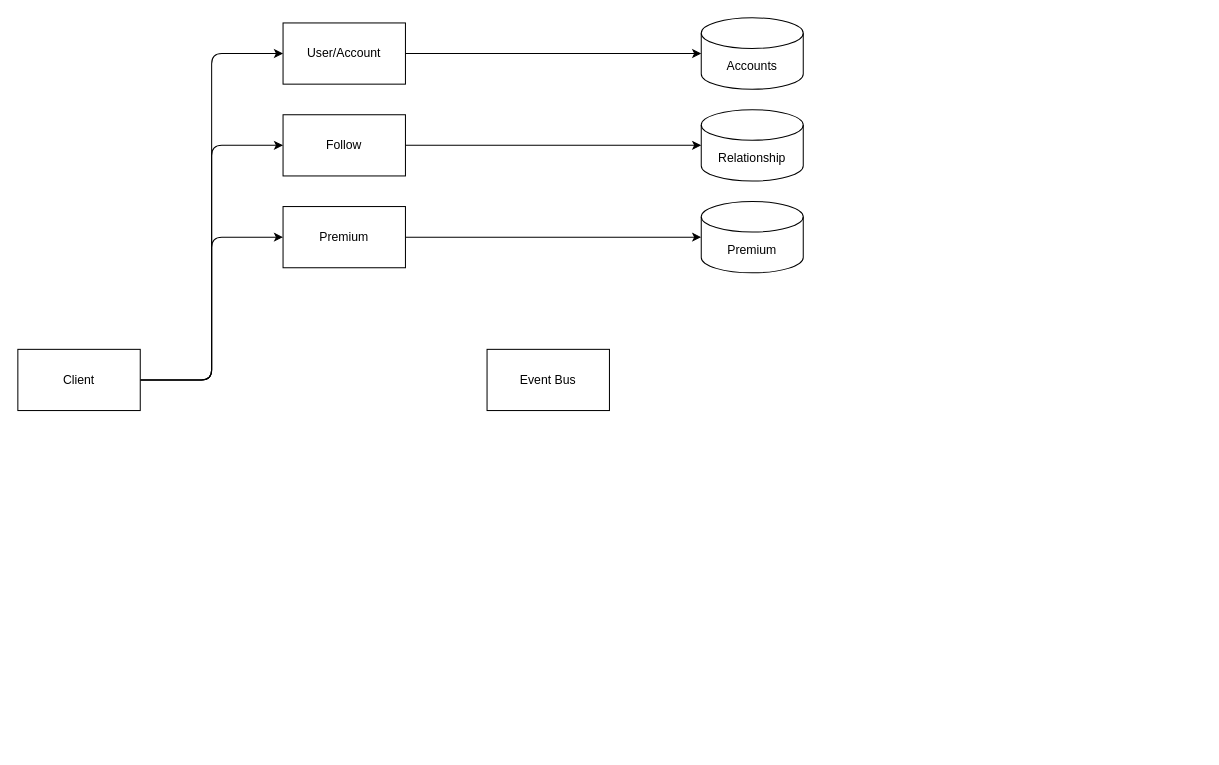
The draw.io diagram services.drawio in thevuong8000/497S, before the edit. Source tidied: cells renumbered, new cells numbered last; positions are measured from the earlier drawing's top-left corner, leaving out a move shared by most shapes. Both pictures are drawn from the tidied source at 102%, with x=0, y=0 at pixel (17, 17).
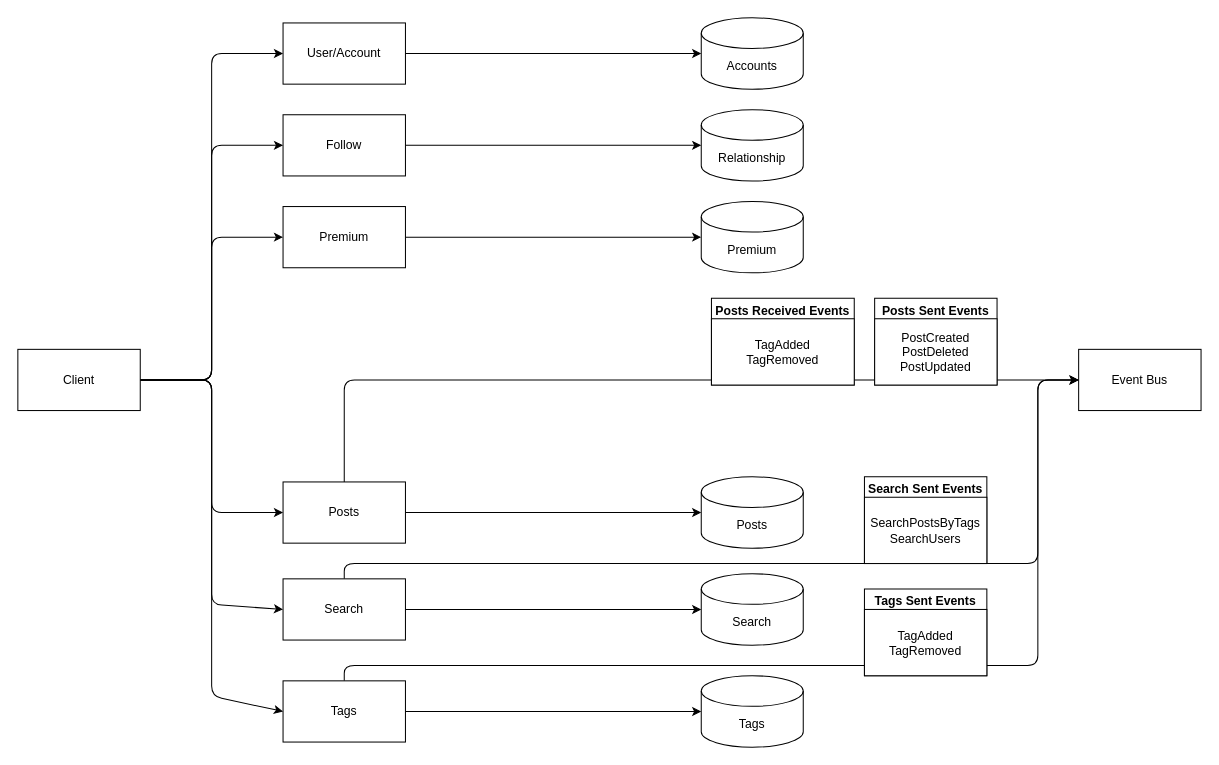
Above is the later version.

Commit message:
added charts for my services

Unchanged cells that the change refers to:
```xml
<mxCell id="5" value="Client" style="rounded=0;whiteSpace=wrap;html=1;" parent="1" vertex="1">
  <mxGeometry y="325" width="120" height="60" as="geometry" />
</mxCell>
```

Diff of the diagram source:
```diff
@@
+    <mxCell id="16" style="edgeStyle=none;html=1;exitX=1;exitY=0.5;exitDx=0;exitDy=0;entryX=0;entryY=0.5;entryDx=0;entryDy=0;" parent="1" edge="1" source="5" target="23">
+      <mxGeometry relative="1" as="geometry">
+        <Array as="points">
+          <mxPoint x="190" y="355" />
+          <mxPoint x="190" y="575" />
+        </Array>
+      </mxGeometry>
+    </mxCell>
+    <mxCell id="17" style="edgeStyle=none;html=1;exitX=1;exitY=0.5;exitDx=0;exitDy=0;entryX=0;entryY=0.5;entryDx=0;entryDy=0;" parent="1" edge="1" source="5" target="20">
+      <mxGeometry relative="1" as="geometry">
+        <Array as="points">
+          <mxPoint x="190" y="355" />
+          <mxPoint x="190" y="665" />
+        </Array>
+      </mxGeometry>
+    </mxCell>
@@
     <mxCell id="12" value="Event Bus" style="rounded=0;whiteSpace=wrap;html=1;" parent="1" vertex="1">
-      <mxGeometry x="460" y="325" width="120" height="60" as="geometry" />
+      <mxGeometry x="1040" y="325" width="120" height="60" as="geometry" />
     </mxCell>
@@
+    <mxCell id="18" style="edgeStyle=none;html=1;exitX=1;exitY=0.5;exitDx=0;exitDy=0;entryX=0;entryY=0.5;entryDx=0;entryDy=0;entryPerimeter=0;" parent="1" edge="1" source="20" target="29">
+      <mxGeometry relative="1" as="geometry" />
+    </mxCell>
+    <mxCell id="19" style="edgeStyle=none;html=1;exitX=0.5;exitY=0;exitDx=0;exitDy=0;entryX=0;entryY=0.5;entryDx=0;entryDy=0;" parent="1" edge="1" source="20" target="12">
+      <mxGeometry relative="1" as="geometry">
+        <Array as="points">
+          <mxPoint x="320" y="635" />
+          <mxPoint x="1000" y="635" />
+          <mxPoint x="1000" y="355" />
+        </Array>
+      </mxGeometry>
+    </mxCell>
+    <mxCell id="20" value="Tags" style="rounded=0;whiteSpace=wrap;html=1;" parent="1" vertex="1">
+      <mxGeometry x="260" y="650" width="120" height="60" as="geometry" />
+    </mxCell>
+    <mxCell id="21" style="edgeStyle=none;html=1;exitX=1;exitY=0.5;exitDx=0;exitDy=0;" parent="1" edge="1" source="23" target="30">
+      <mxGeometry relative="1" as="geometry" />
+    </mxCell>
+    <mxCell id="22" style="edgeStyle=none;html=1;exitX=0.5;exitY=0;exitDx=0;exitDy=0;entryX=0;entryY=0.5;entryDx=0;entryDy=0;" parent="1" edge="1" source="23" target="12">
+      <mxGeometry relative="1" as="geometry">
+        <Array as="points">
+          <mxPoint x="320" y="535" />
+          <mxPoint x="1000" y="535" />
+          <mxPoint x="1000" y="355" />
+        </Array>
+      </mxGeometry>
+    </mxCell>
+    <mxCell id="23" value="Search" style="rounded=0;whiteSpace=wrap;html=1;" parent="1" vertex="1">
+      <mxGeometry x="260" y="550" width="120" height="60" as="geometry" />
+    </mxCell>
+    <mxCell id="24" style="edgeStyle=none;html=1;exitX=1;exitY=0.5;exitDx=0;exitDy=0;entryX=0;entryY=0.5;entryDx=0;entryDy=0;entryPerimeter=0;" parent="1" edge="1" source="26" target="28">
+      <mxGeometry relative="1" as="geometry" />
+    </mxCell>
+    <mxCell id="25" style="edgeStyle=none;html=1;exitX=0.5;exitY=0;exitDx=0;exitDy=0;entryX=0;entryY=0.5;entryDx=0;entryDy=0;" parent="1" edge="1" source="26" target="12">
+      <mxGeometry relative="1" as="geometry">
+        <Array as="points">
+          <mxPoint x="320" y="355" />
+        </Array>
+      </mxGeometry>
+    </mxCell>
+    <mxCell id="26" value="Posts" style="rounded=0;whiteSpace=wrap;html=1;" parent="1" vertex="1">
+      <mxGeometry x="260" y="455" width="120" height="60" as="geometry" />
+    </mxCell>
+    <mxCell id="27" style="endArrow=classic;html=1;entryX=0;entryY=0.5;entryDx=0;entryDy=0;exitX=1;exitY=0.5;exitDx=0;exitDy=0;" parent="1" edge="1" source="5" target="26">
+      <mxGeometry relative="1" as="geometry">
+        <Array as="points">
+          <mxPoint x="190" y="355" />
+          <mxPoint x="190" y="485" />
+        </Array>
+      </mxGeometry>
+    </mxCell>
+    <mxCell id="28" value="Posts" style="shape=cylinder3;whiteSpace=wrap;html=1;boundedLbl=1;backgroundOutline=1;size=15;" parent="1" vertex="1">
+      <mxGeometry x="670" y="450" width="100" height="70" as="geometry" />
+    </mxCell>
+    <mxCell id="29" value="Tags" style="shape=cylinder3;whiteSpace=wrap;html=1;boundedLbl=1;backgroundOutline=1;size=15;" parent="1" vertex="1">
+      <mxGeometry x="670" y="645" width="100" height="70" as="geometry" />
+    </mxCell>
+    <mxCell id="30" value="Search" style="shape=cylinder3;whiteSpace=wrap;html=1;boundedLbl=1;backgroundOutline=1;size=15;" parent="1" vertex="1">
+      <mxGeometry x="670" y="545" width="100" height="70" as="geometry" />
+    </mxCell>
+    <mxCell id="31" value="Posts Sent Events" style="swimlane;" parent="1" vertex="1">
+      <mxGeometry x="840" y="275" width="120" height="85" as="geometry" />
+    </mxCell>
+    <mxCell id="32" value="PostCreated&lt;br&gt;PostDeleted&lt;br&gt;PostUpdated" style="rounded=0;whiteSpace=wrap;html=1;direction=south;" parent="31" vertex="1">
+      <mxGeometry y="20" width="120" height="65" as="geometry" />
+    </mxCell>
+    <mxCell id="33" value="Search Sent Events" style="swimlane;" parent="1" vertex="1">
+      <mxGeometry x="830" y="450" width="120" height="85" as="geometry" />
+    </mxCell>
+    <mxCell id="34" value="SearchPostsByTags&lt;br&gt;SearchUsers" style="rounded=0;whiteSpace=wrap;html=1;direction=south;" parent="33" vertex="1">
+      <mxGeometry y="20" width="120" height="65" as="geometry" />
+    </mxCell>
+    <mxCell id="35" value="Tags Sent Events" style="swimlane;" parent="1" vertex="1">
+      <mxGeometry x="830" y="560" width="120" height="85" as="geometry" />
+    </mxCell>
+    <mxCell id="36" value="TagAdded&lt;br&gt;TagRemoved" style="rounded=0;whiteSpace=wrap;html=1;direction=south;" parent="35" vertex="1">
+      <mxGeometry y="20" width="120" height="65" as="geometry" />
+    </mxCell>
+    <mxCell id="37" value="Posts Received Events" style="swimlane;" parent="1" vertex="1">
+      <mxGeometry x="680" y="275" width="140" height="85" as="geometry" />
+    </mxCell>
+    <mxCell id="38" value="TagAdded&lt;br&gt;TagRemoved" style="rounded=0;whiteSpace=wrap;html=1;direction=south;" parent="37" vertex="1">
+      <mxGeometry y="20" width="140" height="65" as="geometry" />
+    </mxCell>
```
